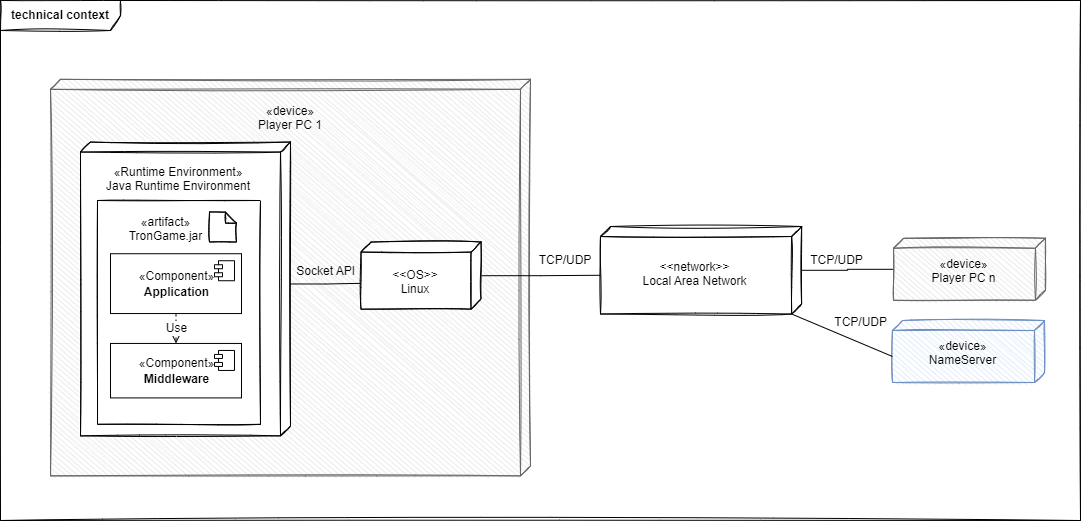
This is Dokumentation/Middleware/diagrams/scope_technical.png from sckoenig/Distributed-Tron, a draw.io export, as it was before one commit. Source tidied: cells renumbered, new cells last; positions are measured from the earlier drawing's top-left corner, leaving out a move shared by most shapes.
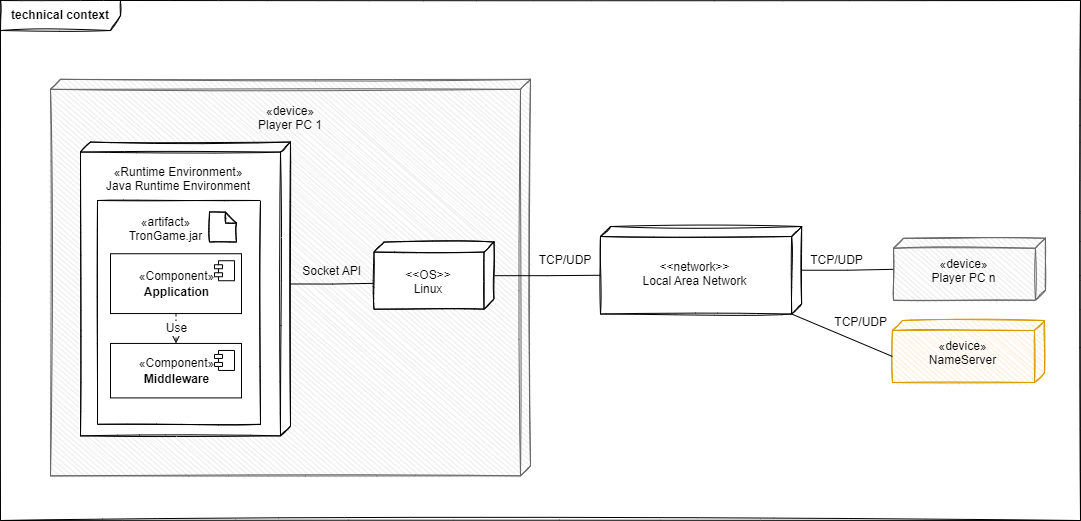
After the change.

The edit, as a diff of the source:
```diff
@@ -24,16 +24,16 @@
       <mxGeometry relative="1" as="geometry" />
     </mxCell>
     <mxCell id="9" style="verticalAlign=top;align=left;spacingTop=8;spacingLeft=2;spacingRight=12;shape=cube;size=10;direction=south;fontStyle=4;html=1;sketch=1;" parent="1" vertex="1">
-      <mxGeometry x="360.5" y="241.6" width="120" height="67.1" as="geometry" />
+      <mxGeometry x="373.5" y="241.6" width="120" height="67.1" as="geometry" />
     </mxCell>
     <mxCell id="10" style="edgeStyle=orthogonalEdgeStyle;rounded=0;jettySize=auto;html=1;fontSize=13;endArrow=none;endFill=0;" parent="1" edge="1" source="29" target="13">
       <mxGeometry relative="1" as="geometry" />
     </mxCell>
     <mxCell id="11" value="&lt;&lt;OS&gt;&gt;&#10;Linux" style="text;strokeColor=none;fillColor=none;align=center;verticalAlign=top;spacingLeft=4;spacingRight=4;overflow=hidden;sketch=1;fontStyle=0;" parent="1" vertex="1">
-      <mxGeometry x="370.5" y="261" width="89" height="55" as="geometry" />
+      <mxGeometry x="383.5" y="261" width="89" height="55" as="geometry" />
     </mxCell>
     <mxCell id="12" value="Socket API" style="text;strokeColor=none;fillColor=none;align=center;verticalAlign=top;spacingLeft=4;spacingRight=4;overflow=hidden;sketch=1;fontStyle=0;" parent="1" vertex="1">
-      <mxGeometry x="266.2" y="257.1" width="119" height="55" as="geometry" />
+      <mxGeometry x="272.2" y="257.1" width="119" height="55" as="geometry" />
     </mxCell>
     <mxCell id="13" style="verticalAlign=top;align=left;spacingTop=8;spacingLeft=2;spacingRight=12;shape=cube;size=10;direction=south;fontStyle=4;html=1;sketch=1;shadow=0;fillColor=#E6E6E6;fontColor=#333333;strokeColor=#666666;" parent="1" vertex="1">
       <mxGeometry x="893" y="237.8" width="152" height="62" as="geometry" />
@@ -75,7 +75,7 @@
     <mxCell id="24" value="TCP/UDP" style="text;strokeColor=none;fillColor=none;align=center;verticalAlign=top;spacingLeft=4;spacingRight=4;overflow=hidden;sketch=1;fontStyle=0;" parent="1" vertex="1">
       <mxGeometry x="505.5" y="245.9" width="119" height="55" as="geometry" />
     </mxCell>
-    <mxCell id="25" style="verticalAlign=top;align=left;spacingTop=8;spacingLeft=2;spacingRight=12;shape=cube;size=10;direction=south;fontStyle=4;html=1;fillColor=#dae8fc;sketch=1;strokeColor=#6c8ebf;" parent="1" vertex="1">
+    <mxCell id="25" style="verticalAlign=top;align=left;spacingTop=8;spacingLeft=2;spacingRight=12;shape=cube;size=10;direction=south;fontStyle=4;html=1;fillColor=#ffe6cc;sketch=1;strokeColor=#d79b00;" parent="1" vertex="1">
       <mxGeometry x="892" y="320" width="152" height="62" as="geometry" />
     </mxCell>
     <mxCell id="26" value="«device»&#10;NameServer" style="text;strokeColor=none;fillColor=none;align=center;verticalAlign=top;spacingLeft=4;spacingRight=4;overflow=hidden;sketch=1;fontStyle=0;" parent="1" vertex="1">
```
